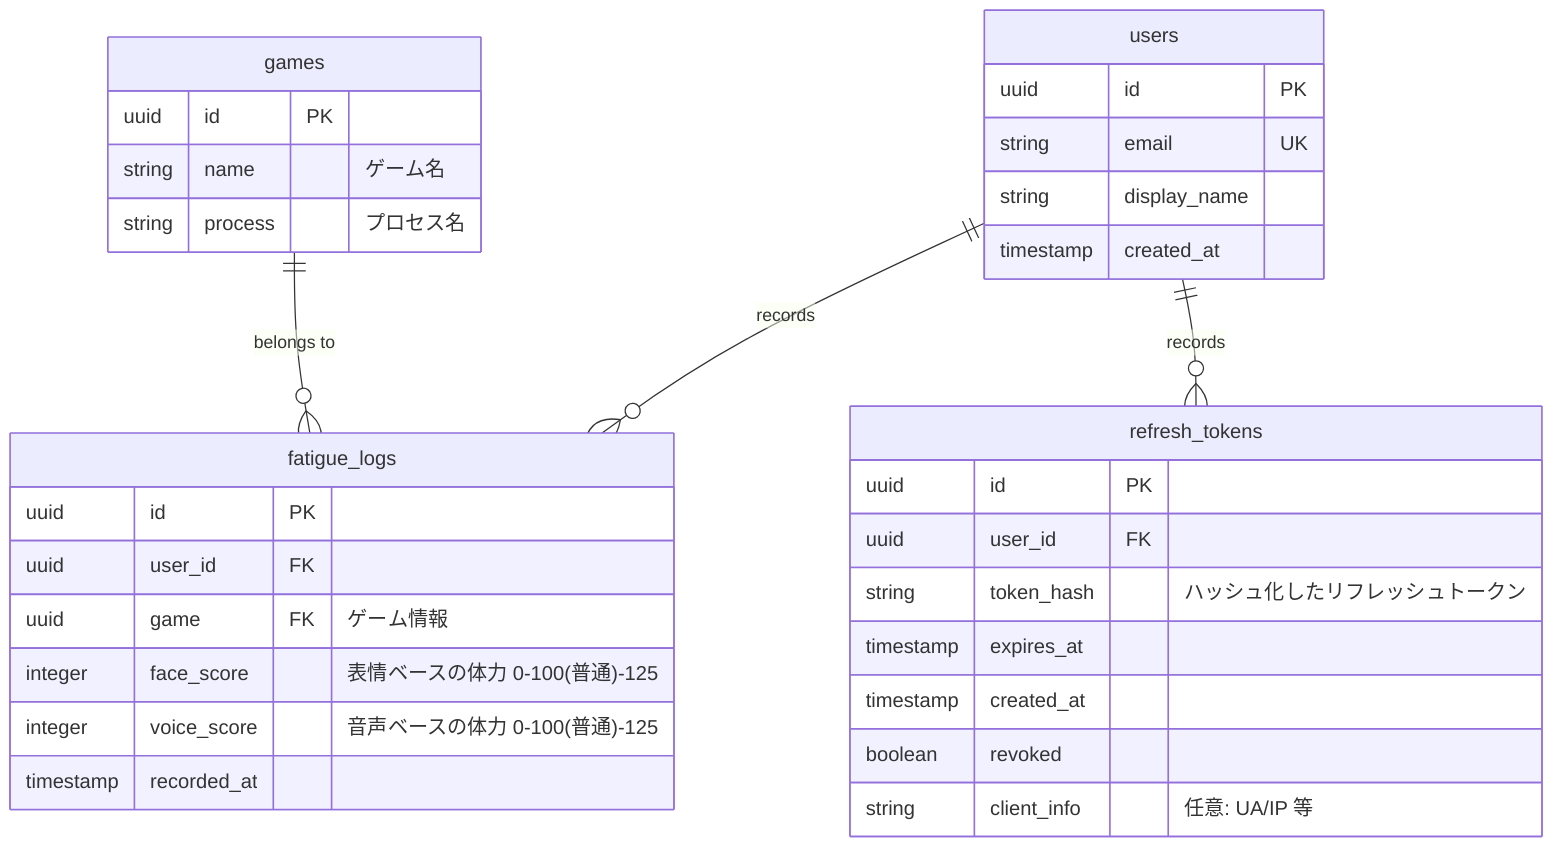
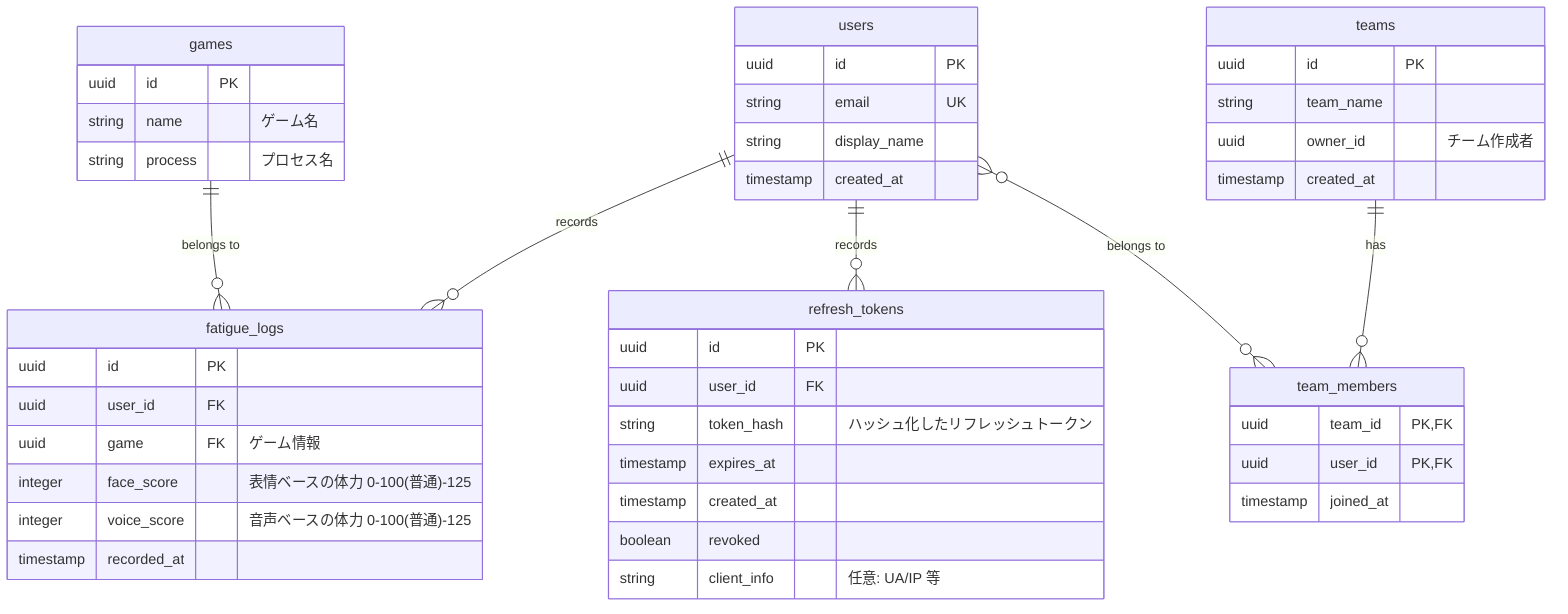
erDiagram
  games ||--o{ fatigue_logs : "belongs to"
  users ||--o{ fatigue_logs : "records"
-   %% users }o--o{ team_members : "belongs to"
-   %% teams ||--o{ team_members : "has"
+   users ||--o{ refresh_tokens : "records"
+   users }o--o{ team_members : "belongs to"
+   teams ||--o{ team_members : "has"
  %% users ||--o{ game_accounts : "owns"
-   users ||--o{ refresh_tokens : "records"

  users {
    uuid id PK
    string email UK
    string display_name
    timestamp created_at
    %% string google_id UK "feat: Googleログイン連携用"
  }

  fatigue_logs {
    uuid id PK
    uuid user_id FK
    uuid game FK "ゲーム情報"
    integer face_score "表情ベースの体力 0-100(普通)-125"
    integer voice_score "音声ベースの体力 0-100(普通)-125"
    timestamp recorded_at
  }

  games {
    uuid id PK
    string name "ゲーム名"
    string process "プロセス名"
  }

  refresh_tokens {
    uuid id PK
    uuid user_id FK
    string token_hash "ハッシュ化したリフレッシュトークン"
    timestamp expires_at
    timestamp created_at
    boolean revoked
    string client_info "任意: UA/IP 等"
  }

-   %% teams {
-   %%   uuid id PK
-   %%   string team_name
-   %%   uuid owner_id "チーム作成者"
-   %%   timestamp created_at
-   %% }
+   teams {
+     uuid id PK
+     string team_name
+     uuid owner_id "チーム作成者"
+     timestamp created_at
+   }

-   %% team_members {
-   %%   uuid team_id PK, FK
-   %%   uuid user_id PK, FK
-   %%   timestamp joined_at
-   %% }
+   team_members {
+     uuid team_id PK, FK
+     uuid user_id PK, FK
+     timestamp joined_at
+   }
